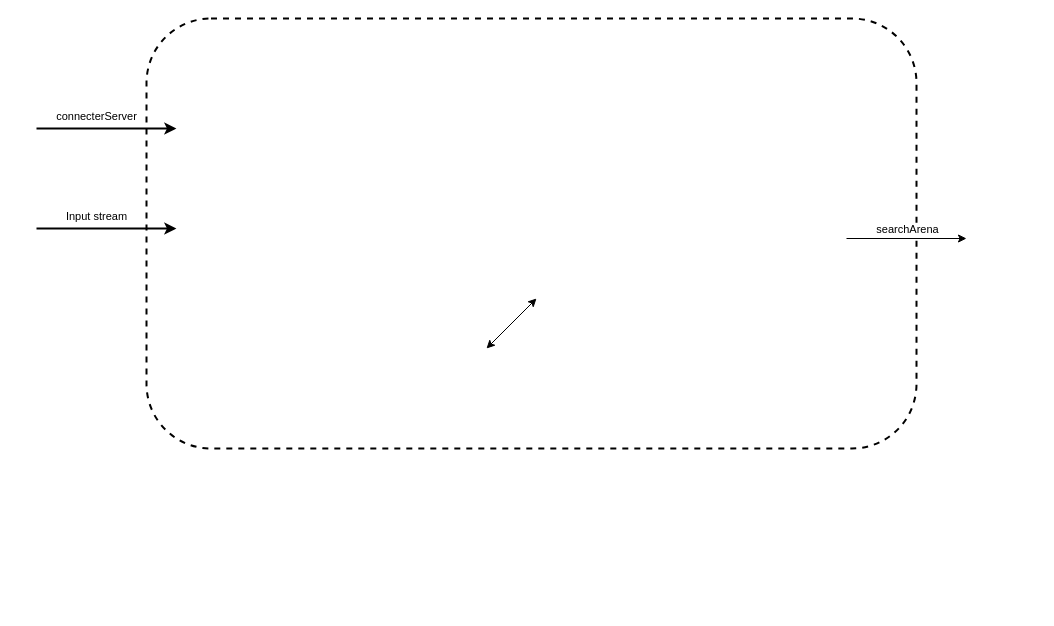
Earlier version of the draw.io diagram TH_gestion_monitor.drawio (martemr/Projet_temps_reel). Source tidied: cells renumbered, new cells numbered last; positions are measured from the earlier drawing's top-left corner, leaving out a move shared by most shapes. Both pictures are drawn from the tidied source at 100%, with x=0, y=0 at pixel (36, 18).
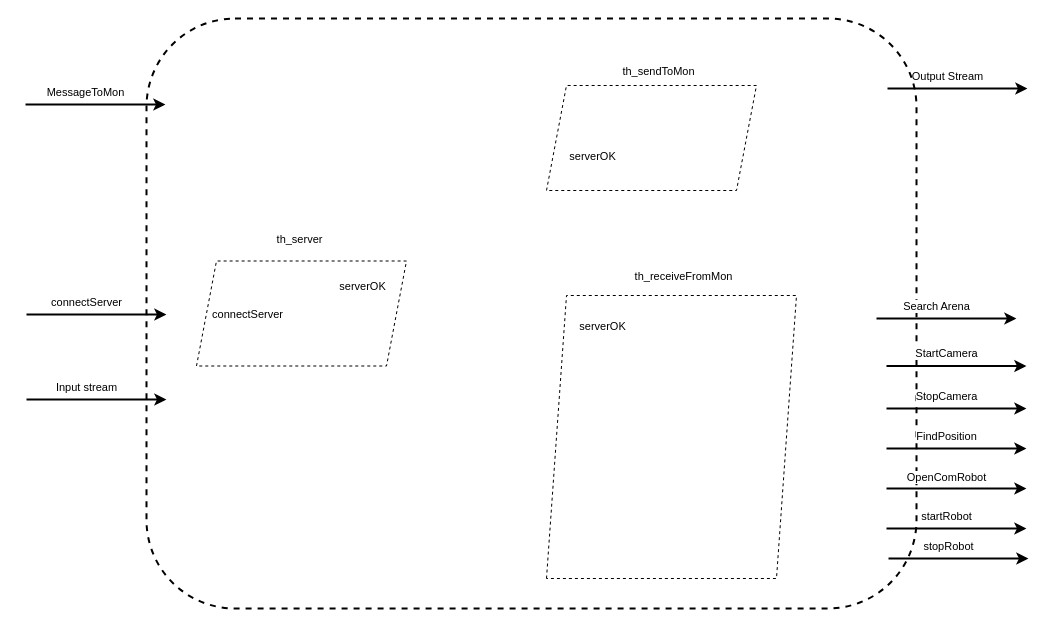
The same diagram, later.

Diff of the diagram source:
```diff
@@
     <mxCell id="2" style="rounded=1;whiteSpace=wrap;html=1;dashed=1;strokeWidth=2;fillColor=none;" parent="1" vertex="1">
-      <mxGeometry x="110" width="770" height="430" as="geometry" />
+      <mxGeometry x="110" width="770" height="590" as="geometry" />
     </mxCell>
     <mxCell id="3" style="rounded=0;orthogonalLoop=1;jettySize=auto;html=1;startArrow=classic;startFill=1;endArrow=none;endFill=0;strokeColor=#000000;strokeWidth=2;" parent="1" edge="1">
       <mxGeometry relative="1" as="geometry">
-        <mxPoint x="139.9" y="210" as="sourcePoint" />
-        <mxPoint y="210" as="targetPoint" />
+        <mxPoint x="129.9" y="381" as="sourcePoint" />
+        <mxPoint x="-10" y="381" as="targetPoint" />
       </mxGeometry>
     </mxCell>
@@
     <mxCell id="5" style="rounded=0;orthogonalLoop=1;jettySize=auto;html=1;startArrow=classic;startFill=1;endArrow=none;endFill=0;strokeColor=#000000;strokeWidth=2;" parent="1" edge="1">
       <mxGeometry relative="1" as="geometry">
-        <mxPoint x="139.9" y="110" as="sourcePoint" />
-        <mxPoint y="110" as="targetPoint" />
+        <mxPoint x="129.9" y="296" as="sourcePoint" />
+        <mxPoint x="-10" y="296" as="targetPoint" />
       </mxGeometry>
     </mxCell>
-    <mxCell id="6" value="connecterServer" style="edgeLabel;html=1;align=center;verticalAlign=middle;" parent="5" vertex="1">
+    <mxCell id="6" value="connectServer" style="edgeLabel;html=1;align=center;verticalAlign=middle;" parent="5" vertex="1">
       <mxGeometry x="0.57" y="-4" relative="1" as="geometry">
         <mxPoint x="30" y="-9" as="offset" />
       </mxGeometry>
     </mxCell>
-    <mxCell id="7" style="endArrow=classic;html=1;rounded=0;strokeColor=#000000;" parent="1" edge="1">
-      <mxGeometry relative="1" as="geometry">
-        <mxPoint x="810" y="220" as="sourcePoint" />
-        <mxPoint x="930" y="220" as="targetPoint" />
-      </mxGeometry>
-    </mxCell>
-    <mxCell id="8" value="searchArena" style="edgeLabel;html=1;align=center;verticalAlign=middle;" parent="7" vertex="1">
-      <mxGeometry x="-0.48" y="4" relative="1" as="geometry">
-        <mxPoint x="29" y="-6" as="offset" />
-      </mxGeometry>
-    </mxCell>
-    <mxCell id="9" style="endArrow=classic;startArrow=classic;html=1;rounded=0;" parent="1" edge="1">
-      <mxGeometry relative="1" as="geometry">
-        <mxPoint x="450" y="330" as="sourcePoint" />
-        <mxPoint x="500" y="280" as="targetPoint" />
-      </mxGeometry>
-    </mxCell>
+    <mxCell id="10" style="rounded=0;orthogonalLoop=1;jettySize=auto;html=1;startArrow=classic;startFill=1;endArrow=none;endFill=0;strokeColor=#000000;strokeWidth=2;" parent="1" edge="1">
+      <mxGeometry relative="1" as="geometry">
+        <mxPoint x="128.9" y="86" as="sourcePoint" />
+        <mxPoint x="-11" y="86" as="targetPoint" />
+      </mxGeometry>
+    </mxCell>
+    <mxCell id="11" value="MessageToMon" style="edgeLabel;html=1;align=center;verticalAlign=middle;" parent="10" vertex="1">
+      <mxGeometry x="0.57" y="-4" relative="1" as="geometry">
+        <mxPoint x="30" y="-9" as="offset" />
+      </mxGeometry>
+    </mxCell>
+    <mxCell id="12" style="rounded=0;orthogonalLoop=1;jettySize=auto;html=1;startArrow=classic;startFill=1;endArrow=none;endFill=0;strokeColor=#000000;strokeWidth=2;" parent="1" edge="1">
+      <mxGeometry relative="1" as="geometry">
+        <mxPoint x="990.9" y="70" as="sourcePoint" />
+        <mxPoint x="851" y="70" as="targetPoint" />
+      </mxGeometry>
+    </mxCell>
+    <mxCell id="13" value="&lt;div&gt;Output Stream&lt;/div&gt;" style="edgeLabel;html=1;align=center;verticalAlign=middle;" parent="12" vertex="1">
+      <mxGeometry x="0.57" y="-4" relative="1" as="geometry">
+        <mxPoint x="30" y="-9" as="offset" />
+      </mxGeometry>
+    </mxCell>
+    <mxCell id="14" style="rounded=0;orthogonalLoop=1;jettySize=auto;html=1;startArrow=classic;startFill=1;endArrow=none;endFill=0;strokeColor=#000000;strokeWidth=2;" parent="1" edge="1">
+      <mxGeometry relative="1" as="geometry">
+        <mxPoint x="989.9" y="470" as="sourcePoint" />
+        <mxPoint x="850" y="470" as="targetPoint" />
+      </mxGeometry>
+    </mxCell>
+    <mxCell id="15" value="&lt;div&gt;OpenComRobot&lt;/div&gt;" style="edgeLabel;html=1;align=center;verticalAlign=middle;" parent="14" vertex="1">
+      <mxGeometry x="0.57" y="-4" relative="1" as="geometry">
+        <mxPoint x="30" y="-8" as="offset" />
+      </mxGeometry>
+    </mxCell>
+    <mxCell id="16" style="rounded=0;orthogonalLoop=1;jettySize=auto;html=1;startArrow=classic;startFill=1;endArrow=none;endFill=0;strokeColor=#000000;strokeWidth=2;" parent="1" edge="1">
+      <mxGeometry relative="1" as="geometry">
+        <mxPoint x="989.9" y="510" as="sourcePoint" />
+        <mxPoint x="850" y="510" as="targetPoint" />
+      </mxGeometry>
+    </mxCell>
+    <mxCell id="17" value="startRobot" style="edgeLabel;html=1;align=center;verticalAlign=middle;" parent="16" vertex="1">
+      <mxGeometry x="0.57" y="-4" relative="1" as="geometry">
+        <mxPoint x="30" y="-9" as="offset" />
+      </mxGeometry>
+    </mxCell>
+    <mxCell id="18" style="rounded=0;orthogonalLoop=1;jettySize=auto;html=1;startArrow=classic;startFill=1;endArrow=none;endFill=0;strokeColor=#000000;strokeWidth=2;" parent="1" edge="1">
+      <mxGeometry relative="1" as="geometry">
+        <mxPoint x="989.9" y="347.5" as="sourcePoint" />
+        <mxPoint x="850" y="347.5" as="targetPoint" />
+      </mxGeometry>
+    </mxCell>
+    <mxCell id="19" value="&lt;div&gt;StartCamera&lt;/div&gt;" style="edgeLabel;html=1;align=center;verticalAlign=middle;" parent="18" vertex="1">
+      <mxGeometry x="0.57" y="-4" relative="1" as="geometry">
+        <mxPoint x="30" y="-9" as="offset" />
+      </mxGeometry>
+    </mxCell>
+    <mxCell id="20" style="rounded=0;orthogonalLoop=1;jettySize=auto;html=1;startArrow=classic;startFill=1;endArrow=none;endFill=0;strokeColor=#000000;strokeWidth=2;" parent="1" edge="1">
+      <mxGeometry relative="1" as="geometry">
+        <mxPoint x="979.9" y="300" as="sourcePoint" />
+        <mxPoint x="840" y="300" as="targetPoint" />
+      </mxGeometry>
+    </mxCell>
+    <mxCell id="21" value="&lt;div&gt;Search Arena&lt;br&gt;&lt;/div&gt;" style="edgeLabel;html=1;align=center;verticalAlign=middle;" parent="20" vertex="1">
+      <mxGeometry x="0.57" y="-4" relative="1" as="geometry">
+        <mxPoint x="30" y="-9" as="offset" />
+      </mxGeometry>
+    </mxCell>
+    <mxCell id="22" style="rounded=0;orthogonalLoop=1;jettySize=auto;html=1;startArrow=classic;startFill=1;endArrow=none;endFill=0;strokeColor=#000000;strokeWidth=2;" parent="1" edge="1">
+      <mxGeometry relative="1" as="geometry">
+        <mxPoint x="989.9" y="390" as="sourcePoint" />
+        <mxPoint x="850" y="390" as="targetPoint" />
+      </mxGeometry>
+    </mxCell>
+    <mxCell id="23" value="StopCamera" style="edgeLabel;html=1;align=center;verticalAlign=middle;" parent="22" vertex="1">
+      <mxGeometry x="0.57" y="-4" relative="1" as="geometry">
+        <mxPoint x="30" y="-9" as="offset" />
+      </mxGeometry>
+    </mxCell>
+    <mxCell id="24" style="rounded=0;orthogonalLoop=1;jettySize=auto;html=1;startArrow=classic;startFill=1;endArrow=none;endFill=0;strokeColor=#000000;strokeWidth=2;" parent="1" edge="1">
+      <mxGeometry relative="1" as="geometry">
+        <mxPoint x="991.9" y="540" as="sourcePoint" />
+        <mxPoint x="852" y="540" as="targetPoint" />
+      </mxGeometry>
+    </mxCell>
+    <mxCell id="25" value="stopRobot" style="edgeLabel;html=1;align=center;verticalAlign=middle;" parent="24" vertex="1">
+      <mxGeometry x="0.57" y="-4" relative="1" as="geometry">
+        <mxPoint x="30" y="-9" as="offset" />
+      </mxGeometry>
+    </mxCell>
+    <mxCell id="26" style="rounded=0;orthogonalLoop=1;jettySize=auto;html=1;startArrow=classic;startFill=1;endArrow=none;endFill=0;strokeColor=#000000;strokeWidth=2;" parent="1" edge="1">
+      <mxGeometry relative="1" as="geometry">
+        <mxPoint x="989.9" y="430" as="sourcePoint" />
+        <mxPoint x="850" y="430" as="targetPoint" />
+      </mxGeometry>
+    </mxCell>
+    <mxCell id="27" value="FindPosition" style="edgeLabel;html=1;align=center;verticalAlign=middle;" parent="26" vertex="1">
+      <mxGeometry x="0.57" y="-4" relative="1" as="geometry">
+        <mxPoint x="30" y="-9" as="offset" />
+      </mxGeometry>
+    </mxCell>
+    <mxCell id="28" style="shape=parallelogram;perimeter=parallelogramPerimeter;whiteSpace=wrap;html=1;fixedSize=1;dashed=1;" parent="1" vertex="1">
+      <mxGeometry x="160" y="242.5" width="210" height="105" as="geometry" />
+    </mxCell>
+    <mxCell id="29" style="shape=parallelogram;perimeter=parallelogramPerimeter;whiteSpace=wrap;html=1;fixedSize=1;dashed=1;" parent="1" vertex="1">
+      <mxGeometry x="510" y="277" width="250" height="283" as="geometry" />
+    </mxCell>
+    <mxCell id="30" style="shape=parallelogram;perimeter=parallelogramPerimeter;whiteSpace=wrap;html=1;fixedSize=1;dashed=1;" parent="1" vertex="1">
+      <mxGeometry x="510" y="67" width="210" height="105" as="geometry" />
+    </mxCell>
+    <mxCell id="31" value="th_server" style="edgeLabel;html=1;align=center;verticalAlign=middle;" parent="1" vertex="1">
+      <mxGeometry x="262.9" y="220" as="geometry" />
+    </mxCell>
+    <mxCell id="32" value="th_sendToMon" style="edgeLabel;html=1;align=center;verticalAlign=middle;" parent="1" vertex="1">
+      <mxGeometry x="620" y="57" as="geometry">
+        <mxPoint x="1" y="-5" as="offset" />
+      </mxGeometry>
+    </mxCell>
+    <mxCell id="33" value="th_receiveFromMon" style="edgeLabel;html=1;align=center;verticalAlign=middle;" parent="1" vertex="1">
+      <mxGeometry x="646" y="257" as="geometry" />
+    </mxCell>
+    <mxCell id="34" value="connectServer" style="edgeLabel;html=1;align=center;verticalAlign=middle;" parent="1" vertex="1">
+      <mxGeometry x="210" y="295" as="geometry" />
+    </mxCell>
+    <mxCell id="35" value="serverOK" style="edgeLabel;html=1;align=center;verticalAlign=middle;" parent="1" vertex="1">
+      <mxGeometry x="330" y="260" as="geometry">
+        <mxPoint x="-5" y="7" as="offset" />
+      </mxGeometry>
+    </mxCell>
+    <mxCell id="36" value="serverOK" style="edgeLabel;html=1;align=center;verticalAlign=middle;" parent="1" vertex="1">
+      <mxGeometry x="570" y="300" as="geometry">
+        <mxPoint x="-5" y="7" as="offset" />
+      </mxGeometry>
+    </mxCell>
+    <mxCell id="37" value="serverOK" style="edgeLabel;html=1;align=center;verticalAlign=middle;" parent="1" vertex="1">
+      <mxGeometry x="560" y="130" as="geometry">
+        <mxPoint x="-5" y="7" as="offset" />
+      </mxGeometry>
+    </mxCell>
```
